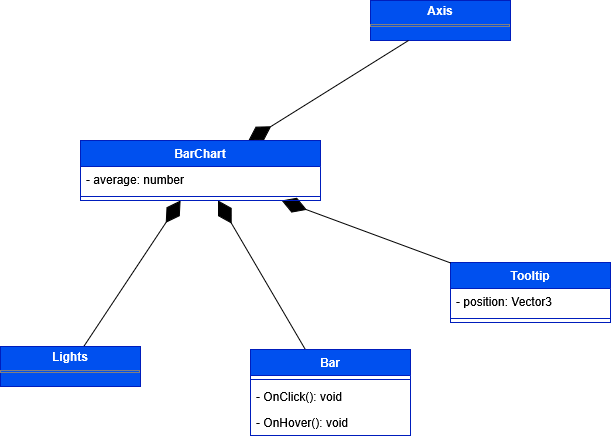
Before: Docs/PB/Generali Esterni/specifica_tecnica/template/images/uml_front/ui/barchart.png, a diagram exported from draw.io (6BitBusters/6BitBusters.github.io). Source tidied: cells renumbered, new cells last; positions are measured from the earlier drawing's top-left corner, leaving out a move shared by most shapes.
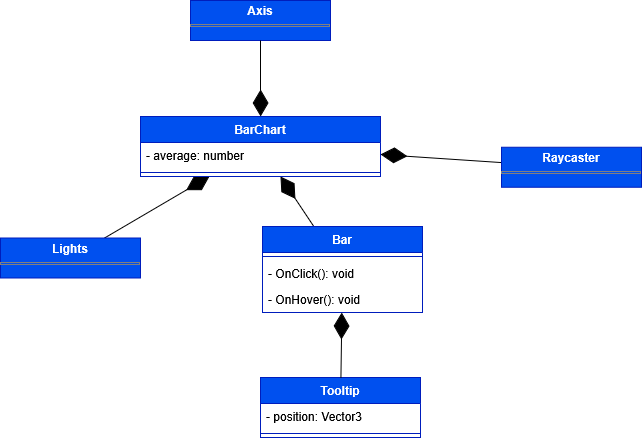
Above is the later version.

What changed in the source:
```diff
@@ -3,7 +3,7 @@
     <mxCell id="0" />
     <mxCell id="1" parent="0" />
     <mxCell id="2" value="&lt;p style=&quot;margin:0px;margin-top:4px;text-align:center;&quot;&gt;&lt;b&gt;Axis&lt;/b&gt;&lt;/p&gt;&lt;hr size=&quot;1&quot; style=&quot;border-style:solid;&quot;&gt;&lt;div style=&quot;height:2px;&quot;&gt;&lt;/div&gt;" style="verticalAlign=top;align=left;overflow=fill;html=1;whiteSpace=wrap;fillColor=#0050ef;fontColor=#ffffff;strokeColor=#001DBC;" parent="1" vertex="1">
-      <mxGeometry x="370" width="140" height="40" as="geometry" />
+      <mxGeometry x="130" y="24" width="140" height="40" as="geometry" />
     </mxCell>
     <mxCell id="3" style="endArrow=diamondThin;endFill=1;endSize=24;html=1;rounded=0;" parent="1" edge="1" source="2" target="15">
       <mxGeometry relative="1" as="geometry" />
@@ -12,13 +12,13 @@
       <mxGeometry relative="1" as="geometry" />
     </mxCell>
     <mxCell id="5" value="&lt;p style=&quot;margin:0px;margin-top:4px;text-align:center;&quot;&gt;&lt;b&gt;Lights&lt;/b&gt;&lt;/p&gt;&lt;hr size=&quot;1&quot; style=&quot;border-style:solid;&quot;&gt;&lt;div style=&quot;height:2px;&quot;&gt;&lt;/div&gt;" style="verticalAlign=top;align=left;overflow=fill;html=1;whiteSpace=wrap;fillColor=#0050ef;fontColor=#ffffff;strokeColor=#001DBC;" parent="1" vertex="1">
-      <mxGeometry y="346" width="140" height="40" as="geometry" />
+      <mxGeometry x="-60" y="261.5" width="140" height="40" as="geometry" />
     </mxCell>
     <mxCell id="6" style="endArrow=diamondThin;endFill=1;endSize=24;html=1;rounded=0;" parent="1" edge="1" source="7" target="15">
       <mxGeometry relative="1" as="geometry" />
     </mxCell>
     <mxCell id="7" value="Bar" style="swimlane;fontStyle=1;align=center;verticalAlign=top;horizontal=1;startSize=26;whiteSpace=wrap;html=1;fillColor=#0050ef;fontColor=#ffffff;strokeColor=#001DBC;" parent="1" vertex="1">
-      <mxGeometry x="250" y="349" width="160" height="86" as="geometry" />
+      <mxGeometry x="202" y="250" width="160" height="86" as="geometry" />
     </mxCell>
     <mxCell id="8" style="line;strokeWidth=1;fillColor=none;align=left;verticalAlign=middle;spacingTop=-1;spacingLeft=3;spacingRight=3;labelPosition=right;strokeColor=inherit;" parent="7" vertex="1">
       <mxGeometry y="26" width="160" height="8" as="geometry" />
@@ -30,7 +30,7 @@
       <mxGeometry y="60" width="160" height="26" as="geometry" />
     </mxCell>
     <mxCell id="11" value="Tooltip" style="swimlane;fontStyle=1;align=center;verticalAlign=top;horizontal=1;startSize=26;whiteSpace=wrap;html=1;fillColor=#0050ef;fontColor=#ffffff;strokeColor=#001DBC;" parent="1" vertex="1">
-      <mxGeometry x="450" y="262" width="160" height="60" as="geometry" />
+      <mxGeometry x="200" y="401" width="160" height="60" as="geometry" />
     </mxCell>
     <mxCell id="12" value="- position: Vector3" style="text;strokeColor=none;fillColor=none;align=left;verticalAlign=top;spacingLeft=4;spacingRight=4;overflow=hidden;whiteSpace=wrap;html=1;" parent="11" vertex="1">
       <mxGeometry y="26" width="160" height="26" as="geometry" />
@@ -38,7 +38,7 @@
     <mxCell id="13" style="line;strokeWidth=1;fillColor=none;align=left;verticalAlign=middle;spacingTop=-1;spacingLeft=3;spacingRight=3;labelPosition=right;strokeColor=inherit;" parent="11" vertex="1">
       <mxGeometry y="52" width="160" height="8" as="geometry" />
     </mxCell>
-    <mxCell id="14" style="endArrow=diamondThin;endFill=1;endSize=24;html=1;rounded=0;" parent="1" edge="1" source="11" target="15">
+    <mxCell id="14" style="endArrow=diamondThin;endFill=1;endSize=24;html=1;rounded=0;" parent="1" edge="1" source="18" target="15">
       <mxGeometry relative="1" as="geometry" />
     </mxCell>
     <mxCell id="15" value="BarChart" style="swimlane;fontStyle=1;align=center;verticalAlign=top;horizontal=1;startSize=26;whiteSpace=wrap;html=1;fillColor=#0050ef;fontColor=#ffffff;strokeColor=#001DBC;" parent="1" vertex="1">
@@ -50,5 +50,11 @@
     <mxCell id="17" style="line;strokeWidth=1;fillColor=none;align=left;verticalAlign=middle;spacingTop=-1;spacingLeft=3;spacingRight=3;labelPosition=right;strokeColor=inherit;" parent="15" vertex="1">
       <mxGeometry y="52" width="240" height="8" as="geometry" />
     </mxCell>
+    <mxCell id="18" value="&lt;p style=&quot;margin:0px;margin-top:4px;text-align:center;&quot;&gt;&lt;b&gt;Raycaster&lt;/b&gt;&lt;/p&gt;&lt;hr size=&quot;1&quot; style=&quot;border-style:solid;&quot;&gt;&lt;div style=&quot;height:2px;&quot;&gt;&lt;/div&gt;" style="verticalAlign=top;align=left;overflow=fill;html=1;whiteSpace=wrap;fillColor=#0050ef;fontColor=#ffffff;strokeColor=#001DBC;" parent="1" vertex="1">
+      <mxGeometry x="441" y="170.8" width="140" height="40" as="geometry" />
+    </mxCell>
+    <mxCell id="19" style="endArrow=diamondThin;endFill=1;endSize=24;html=1;rounded=0;" parent="1" edge="1" source="11" target="7">
+      <mxGeometry relative="1" as="geometry" />
+    </mxCell>
   </root>
 </mxGraphModel>
```
